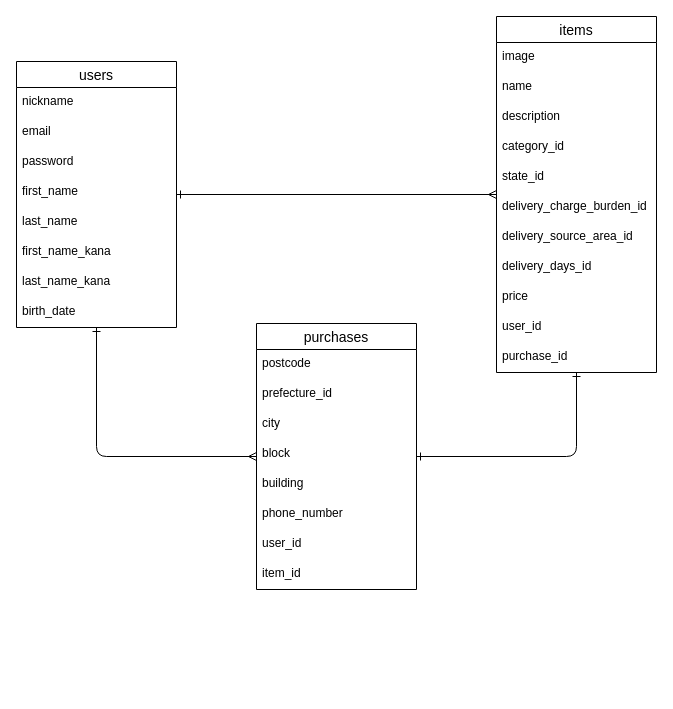
Before: furima_er.dio in naoki0803/furima-38487, a draw.io diagram. Source tidied: cells renumbered, new cells numbered last; positions are measured from the earlier drawing's top-left corner, leaving out a move shared by most shapes. Both pictures are drawn from the tidied source at 100%, with x=0, y=0 at pixel (16, 16).
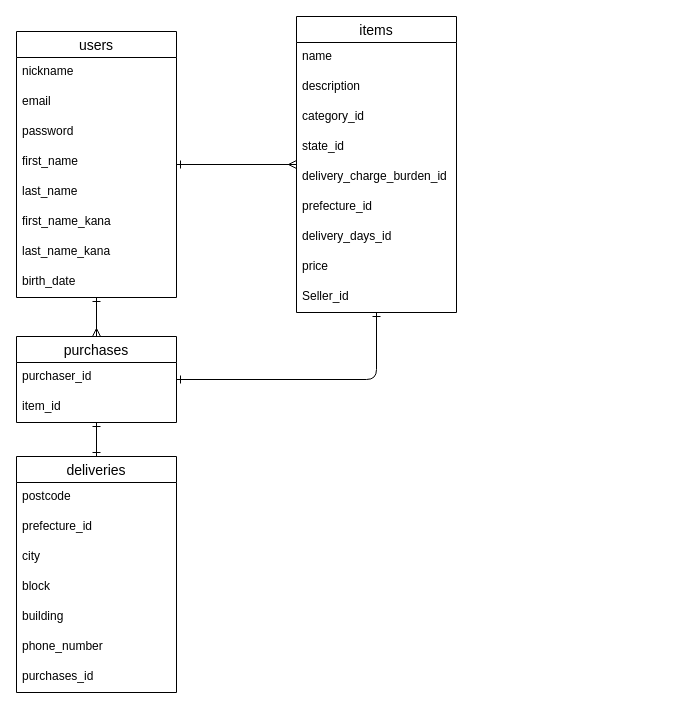
After the change.

What changed in the source:
```diff
@@
     <mxCell id="2" value="users" style="swimlane;fontStyle=0;horizontal=1;startSize=26;align=center;fontSize=14;" parent="1" vertex="1">
-      <mxGeometry y="45" width="160" height="266" as="geometry" />
+      <mxGeometry y="15" width="160" height="266" as="geometry" />
     </mxCell>
@@
     <mxCell id="11" value="items" style="swimlane;fontStyle=0;horizontal=1;startSize=26;align=center;fontSize=14;" parent="1" vertex="1">
-      <mxGeometry x="480" width="160" height="356" as="geometry" />
+      <mxGeometry x="280" width="160" height="296" as="geometry" />
     </mxCell>
-    <mxCell id="12" value="image" style="text;strokeColor=none;fillColor=none;spacingLeft=4;spacingRight=4;overflow=hidden;fontSize=12;" parent="11" vertex="1">
-      <mxGeometry y="26" width="160" height="30" as="geometry" />
-    </mxCell>
     <mxCell id="13" value="name" style="text;strokeColor=none;fillColor=none;spacingLeft=4;spacingRight=4;overflow=hidden;fontSize=12;" parent="11" vertex="1">
-      <mxGeometry y="56" width="160" height="30" as="geometry" />
+      <mxGeometry y="26" width="160" height="30" as="geometry" />
     </mxCell>
     <mxCell id="14" value="description" style="text;strokeColor=none;fillColor=none;spacingLeft=4;spacingRight=4;overflow=hidden;fontSize=12;" parent="11" vertex="1">
-      <mxGeometry y="86" width="160" height="30" as="geometry" />
+      <mxGeometry y="56" width="160" height="30" as="geometry" />
     </mxCell>
     <mxCell id="15" value="category_id" style="text;strokeColor=none;fillColor=none;spacingLeft=4;spacingRight=4;overflow=hidden;fontSize=12;" parent="11" vertex="1">
-      <mxGeometry y="116" width="160" height="30" as="geometry" />
+      <mxGeometry y="86" width="160" height="30" as="geometry" />
     </mxCell>
     <mxCell id="16" value="state_id" style="text;strokeColor=none;fillColor=none;spacingLeft=4;spacingRight=4;overflow=hidden;fontSize=12;" parent="11" vertex="1">
-      <mxGeometry y="146" width="160" height="30" as="geometry" />
+      <mxGeometry y="116" width="160" height="30" as="geometry" />
     </mxCell>
     <mxCell id="17" value="delivery_charge_burden_id" style="text;strokeColor=none;fillColor=none;spacingLeft=4;spacingRight=4;overflow=hidden;fontSize=12;" parent="11" vertex="1">
-      <mxGeometry y="176" width="160" height="30" as="geometry" />
+      <mxGeometry y="146" width="160" height="30" as="geometry" />
     </mxCell>
-    <mxCell id="18" value="delivery_source_area_id" style="text;strokeColor=none;fillColor=none;spacingLeft=4;spacingRight=4;overflow=hidden;fontSize=12;" parent="11" vertex="1">
-      <mxGeometry y="206" width="160" height="30" as="geometry" />
+    <mxCell id="18" value="prefecture_id" style="text;strokeColor=none;fillColor=none;spacingLeft=4;spacingRight=4;overflow=hidden;fontSize=12;" parent="11" vertex="1">
+      <mxGeometry y="176" width="160" height="30" as="geometry" />
     </mxCell>
     <mxCell id="19" value="delivery_days_id" style="text;strokeColor=none;fillColor=none;spacingLeft=4;spacingRight=4;overflow=hidden;fontSize=12;" parent="11" vertex="1">
-      <mxGeometry y="236" width="160" height="30" as="geometry" />
+      <mxGeometry y="206" width="160" height="30" as="geometry" />
     </mxCell>
     <mxCell id="20" value="price" style="text;strokeColor=none;fillColor=none;spacingLeft=4;spacingRight=4;overflow=hidden;fontSize=12;" parent="11" vertex="1">
-      <mxGeometry y="266" width="160" height="30" as="geometry" />
+      <mxGeometry y="236" width="160" height="30" as="geometry" />
     </mxCell>
-    <mxCell id="21" value="user_id" style="text;strokeColor=none;fillColor=none;spacingLeft=4;spacingRight=4;overflow=hidden;fontSize=12;" parent="11" vertex="1">
-      <mxGeometry y="296" width="160" height="30" as="geometry" />
+    <mxCell id="21" value="Seller_id" style="text;strokeColor=none;fillColor=none;spacingLeft=4;spacingRight=4;overflow=hidden;fontSize=12;" parent="11" vertex="1">
+      <mxGeometry y="266" width="160" height="30" as="geometry" />
     </mxCell>
-    <mxCell id="22" value="purchase_id" style="text;strokeColor=none;fillColor=none;spacingLeft=4;spacingRight=4;overflow=hidden;fontSize=12;" parent="11" vertex="1">
-      <mxGeometry y="326" width="160" height="30" as="geometry" />
-    </mxCell>
@@
     <mxCell id="24" value="purchases" style="swimlane;fontStyle=0;horizontal=1;startSize=26;align=center;fontSize=14;" parent="1" vertex="1">
-      <mxGeometry x="240" y="307" width="160" height="266" as="geometry" />
+      <mxGeometry y="320" width="160" height="86" as="geometry" />
     </mxCell>
-    <mxCell id="25" value="postcode" style="text;strokeColor=none;fillColor=none;spacingLeft=4;spacingRight=4;overflow=hidden;fontSize=12;" parent="24" vertex="1">
+    <mxCell id="25" value="purchaser_id" style="text;strokeColor=none;fillColor=none;spacingLeft=4;spacingRight=4;overflow=hidden;fontSize=12;" parent="24" vertex="1">
       <mxGeometry y="26" width="160" height="30" as="geometry" />
     </mxCell>
-    <mxCell id="26" value="prefecture_id" style="text;strokeColor=none;fillColor=none;spacingLeft=4;spacingRight=4;overflow=hidden;fontSize=12;" parent="24" vertex="1">
+    <mxCell id="26" value="item_id" style="text;strokeColor=none;fillColor=none;spacingLeft=4;spacingRight=4;overflow=hidden;fontSize=12;" parent="24" vertex="1">
       <mxGeometry y="56" width="160" height="30" as="geometry" />
     </mxCell>
+    <mxCell id="33" style="edgeStyle=none;html=1;startArrow=ERone;startFill=0;endArrow=ERone;endFill=0;" parent="1" edge="1" source="24" target="11">
+      <mxGeometry relative="1" as="geometry">
+        <Array as="points">
+          <mxPoint x="360" y="363" />
+        </Array>
+      </mxGeometry>
+    </mxCell>
+    <mxCell id="34" style="edgeStyle=none;html=1;startArrow=ERone;startFill=0;endArrow=ERmany;endFill=0;" parent="1" edge="1" source="2" target="24">
+      <mxGeometry relative="1" as="geometry" />
+    </mxCell>
+    <mxCell id="35" value="deliveries" style="swimlane;fontStyle=0;horizontal=1;startSize=26;align=center;fontSize=14;" parent="1" vertex="1">
+      <mxGeometry y="440" width="160" height="236" as="geometry" />
+    </mxCell>
+    <mxCell id="36" value="postcode" style="text;strokeColor=none;fillColor=none;spacingLeft=4;spacingRight=4;overflow=hidden;fontSize=12;" parent="35" vertex="1">
+      <mxGeometry y="26" width="160" height="30" as="geometry" />
+    </mxCell>
+    <mxCell id="37" value="prefecture_id" style="text;strokeColor=none;fillColor=none;spacingLeft=4;spacingRight=4;overflow=hidden;fontSize=12;" parent="35" vertex="1">
+      <mxGeometry y="56" width="160" height="30" as="geometry" />
+    </mxCell>
-    <mxCell id="27" value="city" style="text;strokeColor=none;fillColor=none;spacingLeft=4;spacingRight=4;overflow=hidden;fontSize=12;" parent="24" vertex="1">
+    <mxCell id="27" value="city" style="text;strokeColor=none;fillColor=none;spacingLeft=4;spacingRight=4;overflow=hidden;fontSize=12;" parent="35" vertex="1">
       <mxGeometry y="86" width="160" height="30" as="geometry" />
     </mxCell>
-    <mxCell id="28" value="block" style="text;strokeColor=none;fillColor=none;spacingLeft=4;spacingRight=4;overflow=hidden;fontSize=12;" parent="24" vertex="1">
+    <mxCell id="28" value="block" style="text;strokeColor=none;fillColor=none;spacingLeft=4;spacingRight=4;overflow=hidden;fontSize=12;" parent="35" vertex="1">
       <mxGeometry y="116" width="160" height="30" as="geometry" />
     </mxCell>
-    <mxCell id="29" value="building" style="text;strokeColor=none;fillColor=none;spacingLeft=4;spacingRight=4;overflow=hidden;fontSize=12;" parent="24" vertex="1">
+    <mxCell id="29" value="building" style="text;strokeColor=none;fillColor=none;spacingLeft=4;spacingRight=4;overflow=hidden;fontSize=12;" parent="35" vertex="1">
       <mxGeometry y="146" width="160" height="30" as="geometry" />
     </mxCell>
-    <mxCell id="30" value="phone_number" style="text;strokeColor=none;fillColor=none;spacingLeft=4;spacingRight=4;overflow=hidden;fontSize=12;" parent="24" vertex="1">
+    <mxCell id="30" value="phone_number" style="text;strokeColor=none;fillColor=none;spacingLeft=4;spacingRight=4;overflow=hidden;fontSize=12;" parent="35" vertex="1">
       <mxGeometry y="176" width="160" height="30" as="geometry" />
     </mxCell>
-    <mxCell id="31" value="user_id" style="text;strokeColor=none;fillColor=none;spacingLeft=4;spacingRight=4;overflow=hidden;fontSize=12;" parent="24" vertex="1">
-      <mxGeometry y="206" width="160" height="30" as="geometry" />
-    </mxCell>
-    <mxCell id="32" value="item_id" style="text;strokeColor=none;fillColor=none;spacingLeft=4;spacingRight=4;overflow=hidden;fontSize=12;" parent="24" vertex="1">
-      <mxGeometry y="236" width="160" height="30" as="geometry" />
-    </mxCell>
-    <mxCell id="33" style="edgeStyle=none;html=1;startArrow=ERone;startFill=0;endArrow=ERone;endFill=0;" parent="1" edge="1" source="24" target="11">
-      <mxGeometry relative="1" as="geometry">
-        <Array as="points">
-          <mxPoint x="560" y="440" />
-        </Array>
-      </mxGeometry>
-    </mxCell>
-    <mxCell id="34" style="edgeStyle=none;html=1;startArrow=ERone;startFill=0;endArrow=ERmany;endFill=0;" parent="1" edge="1" source="2" target="24">
-      <mxGeometry relative="1" as="geometry">
-        <Array as="points">
-          <mxPoint x="80" y="440" />
-        </Array>
-      </mxGeometry>
-    </mxCell>
+    <mxCell id="38" value="purchases_id" style="text;strokeColor=none;fillColor=none;spacingLeft=4;spacingRight=4;overflow=hidden;fontSize=12;" parent="35" vertex="1">
+      <mxGeometry y="206" width="160" height="30" as="geometry" />
+    </mxCell>
+    <mxCell id="39" style="edgeStyle=none;html=1;startArrow=ERone;startFill=0;endArrow=ERone;endFill=0;" parent="1" edge="1" source="24" target="35">
+      <mxGeometry relative="1" as="geometry" />
+    </mxCell>
```
